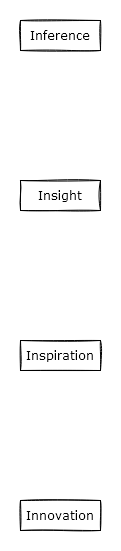
Before: Chart 2.png, a diagram exported from draw.io (Nobel-CS/packet_testing). Source tidied: cells renumbered, new cells last; positions are measured from the earlier drawing's top-left corner, leaving out a move shared by most shapes.
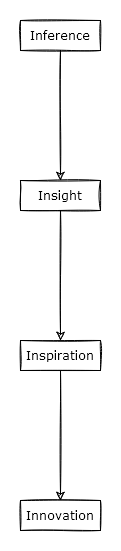
Later version of the same file.

Change to the diagram source:
```diff
@@ -2,12 +2,21 @@
   <root>
     <mxCell id="0" />
     <mxCell id="1" parent="0" />
+    <mxCell id="6" style="edgeStyle=orthogonalEdgeStyle;rounded=0;jettySize=auto;html=1;exitX=0.5;exitY=1;exitDx=0;exitDy=0;entryX=0.5;entryY=0;entryDx=0;entryDy=0;sketch=1;" parent="1" edge="1" source="2" target="3">
+      <mxGeometry relative="1" as="geometry" />
+    </mxCell>
     <mxCell id="2" value="Inference" style="text;html=1;strokeColor=default;fillColor=none;align=center;verticalAlign=middle;whiteSpace=wrap;rounded=0;strokeWidth=1;perimeterSpacing=0;sketch=1;fontFamily=Verdana;fontSize=12;shadow=0;" parent="1" vertex="1">
       <mxGeometry width="80" height="30" as="geometry" />
     </mxCell>
+    <mxCell id="7" style="edgeStyle=orthogonalEdgeStyle;rounded=0;sketch=1;jettySize=auto;html=1;exitX=0.5;exitY=1;exitDx=0;exitDy=0;entryX=0.5;entryY=0;entryDx=0;entryDy=0;" parent="1" edge="1" source="3" target="4">
+      <mxGeometry relative="1" as="geometry" />
+    </mxCell>
     <mxCell id="3" value="Insight" style="text;html=1;strokeColor=default;fillColor=none;align=center;verticalAlign=middle;whiteSpace=wrap;rounded=0;strokeWidth=1;perimeterSpacing=0;sketch=1;fontFamily=Verdana;fontSize=12;shadow=0;" parent="1" vertex="1">
       <mxGeometry y="160" width="80" height="30" as="geometry" />
     </mxCell>
+    <mxCell id="8" style="edgeStyle=orthogonalEdgeStyle;rounded=0;sketch=1;jettySize=auto;html=1;exitX=0.5;exitY=1;exitDx=0;exitDy=0;entryX=0.5;entryY=0;entryDx=0;entryDy=0;" parent="1" edge="1" source="4" target="5">
+      <mxGeometry relative="1" as="geometry" />
+    </mxCell>
     <mxCell id="4" value="Inspiration" style="text;html=1;strokeColor=default;fillColor=none;align=center;verticalAlign=middle;whiteSpace=wrap;rounded=0;strokeWidth=1;perimeterSpacing=0;sketch=1;fontFamily=Verdana;fontSize=12;shadow=0;" parent="1" vertex="1">
       <mxGeometry y="320" width="80" height="30" as="geometry" />
     </mxCell>
```
